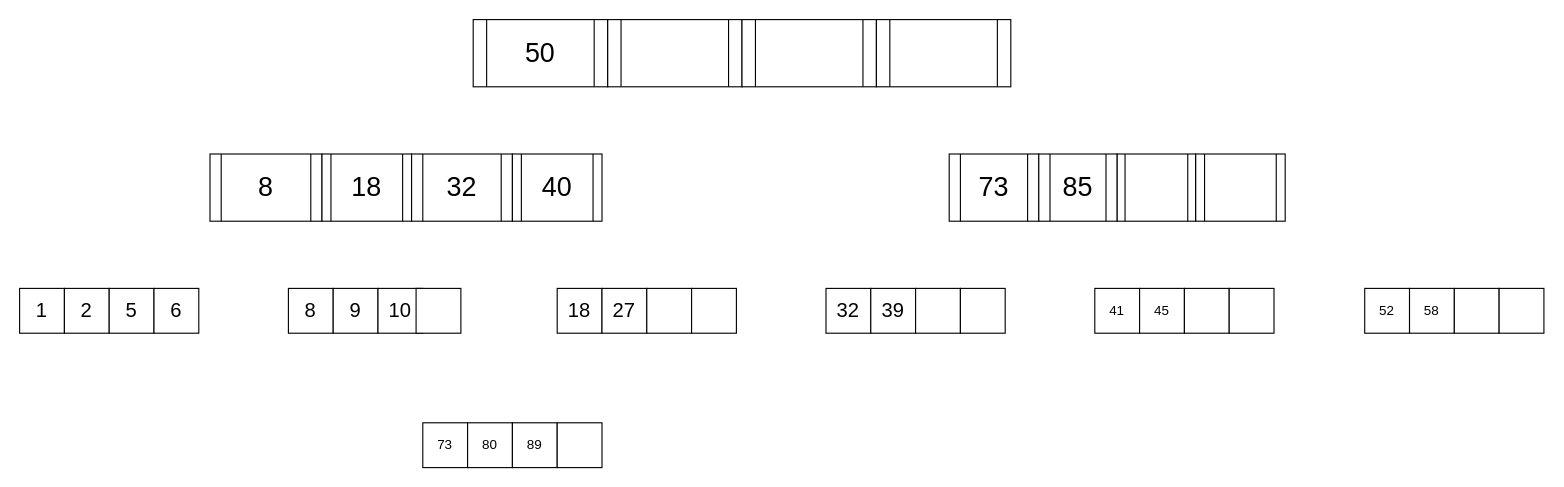
This is page "Page-6" (6 of 8) of Untitled Diagram.drawio from Bibi2002/Proekt, a draw.io file, before an edit. Source tidied: cells renumbered, new cells numbered last; positions are measured from the earlier drawing's top-left corner, leaving out a move shared by most shapes. Both pictures are drawn from the tidied source at 112%, with x=0, y=0 at pixel (19, 19).
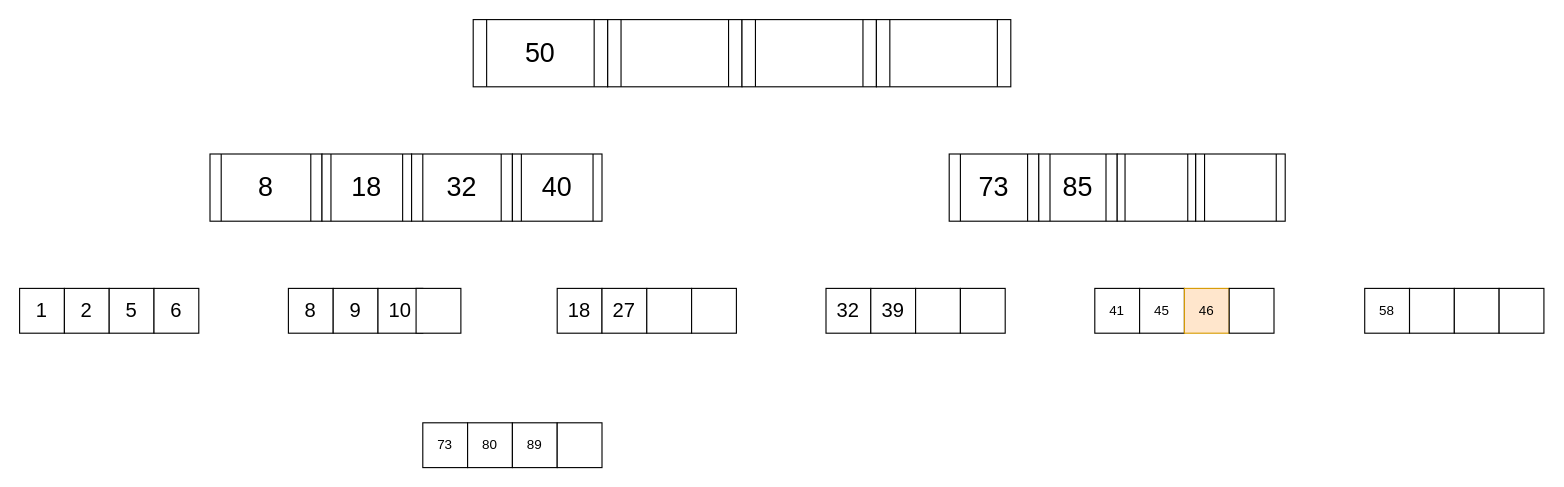
After the change.

The edit, as a diff of the source:
```diff
@@
-    <mxCell id="32" style="rounded=0;whiteSpace=wrap;html=1;hachureGap=4;align=left;" parent="1" vertex="1">
+    <mxCell id="32" value="46" style="rounded=0;whiteSpace=wrap;html=1;hachureGap=4;align=center;fillColor=#ffe6cc;strokeColor=#d79b00;" parent="1" vertex="1">
       <mxGeometry x="1040" y="240" width="40" height="40" as="geometry" />
     </mxCell>
@@
-    <mxCell id="34" value="52" style="rounded=0;whiteSpace=wrap;html=1;hachureGap=4;align=center;" parent="1" vertex="1">
+    <mxCell id="34" value="58" style="rounded=0;whiteSpace=wrap;html=1;hachureGap=4;align=center;" parent="1" vertex="1">
       <mxGeometry x="1201" y="240" width="40" height="40" as="geometry" />
     </mxCell>
-    <mxCell id="35" value="58" style="rounded=0;whiteSpace=wrap;html=1;hachureGap=4;align=center;" parent="1" vertex="1">
+    <mxCell id="35" style="rounded=0;whiteSpace=wrap;html=1;hachureGap=4;align=center;" parent="1" vertex="1">
       <mxGeometry x="1241" y="240" width="40" height="40" as="geometry" />
     </mxCell>
```
